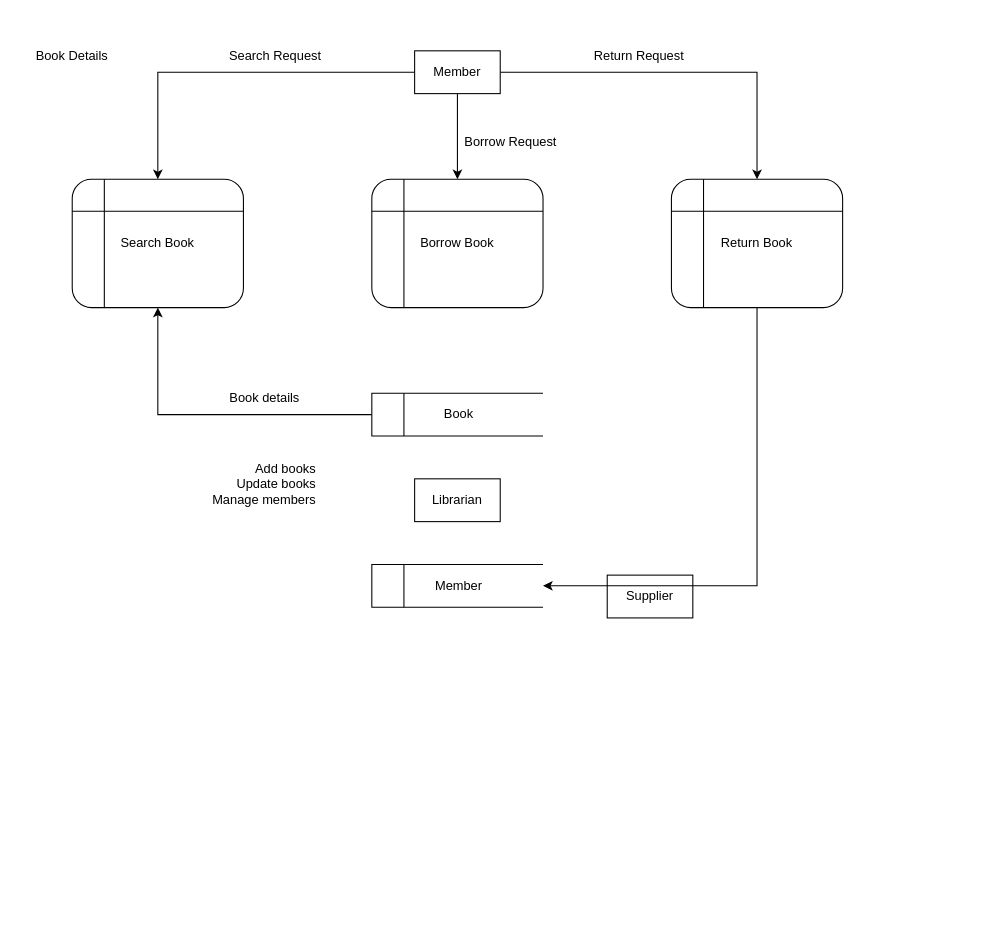
The draw.io diagram page "Level-1 DFD" (2 of 2) of System Analysis & Design/Lab/1libraryManagementSystem.drawio in AyuTUL/V, before the edit. Source tidied: cells renumbered, new cells numbered last; positions are measured from the earlier drawing's top-left corner, leaving out a move shared by most shapes. Both pictures are drawn from the tidied source at 107%, with x=0, y=0 at pixel (29, 40).
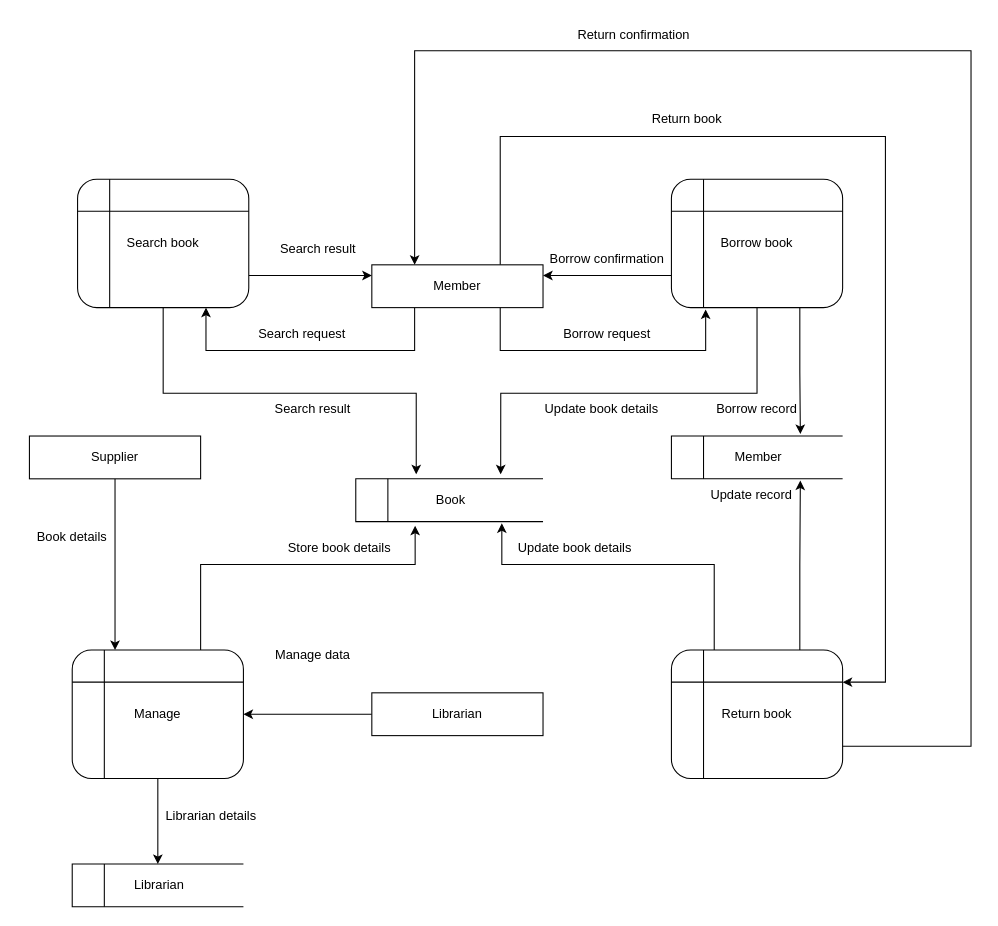
The same page after the edit.

What changed in the source:
```diff
@@
+    <mxCell id="3" style="edgeStyle=orthogonalEdgeStyle;rounded=0;jettySize=auto;html=1;exitX=0.75;exitY=0;exitDx=0;exitDy=0;entryX=1;entryY=0.25;entryDx=0;entryDy=0;" parent="1" edge="1" source="5" target="14">
+      <mxGeometry relative="1" as="geometry">
+        <Array as="points">
+          <mxPoint x="440" y="90" />
+          <mxPoint x="800" y="90" />
+          <mxPoint x="800" y="600" />
+        </Array>
+      </mxGeometry>
+    </mxCell>
-    <mxCell id="2" style="edgeStyle=orthogonalEdgeStyle;rounded=0;jettySize=auto;html=1;exitX=0;exitY=0.5;exitDx=0;exitDy=0;entryX=0.5;entryY=0;entryDx=0;entryDy=0;" parent="1" edge="1" source="5" target="8">
-      <mxGeometry relative="1" as="geometry" />
+    <mxCell id="2" style="edgeStyle=orthogonalEdgeStyle;jettySize=auto;html=1;exitX=0.25;exitY=1;exitDx=0;exitDy=0;entryX=0.75;entryY=1;entryDx=0;entryDy=0;rounded=0;curved=0;" parent="1" edge="1" source="5" target="8">
+      <mxGeometry relative="1" as="geometry">
+        <Array as="points">
+          <mxPoint x="360" y="290" />
+          <mxPoint x="165" y="290" />
+        </Array>
+      </mxGeometry>
     </mxCell>
-    <mxCell id="3" style="edgeStyle=orthogonalEdgeStyle;rounded=0;jettySize=auto;html=1;exitX=1;exitY=0.5;exitDx=0;exitDy=0;entryX=0.5;entryY=0;entryDx=0;entryDy=0;" parent="1" edge="1" source="5" target="14">
-      <mxGeometry relative="1" as="geometry" />
-    </mxCell>
-    <mxCell id="4" style="edgeStyle=orthogonalEdgeStyle;rounded=0;jettySize=auto;html=1;exitX=0.5;exitY=1;exitDx=0;exitDy=0;entryX=0.5;entryY=0;entryDx=0;entryDy=0;" parent="1" edge="1" source="5" target="17">
-      <mxGeometry relative="1" as="geometry" />
-    </mxCell>
-    <mxCell id="5" value="Member" style="html=1;dashed=0;whiteSpace=wrap;" parent="1" vertex="1">
-      <mxGeometry x="360" y="10" width="80" height="40" as="geometry" />
+    <mxCell id="5" value="Member" style="html=1;dashed=0;whiteSpace=wrap;rounded=0;" parent="1" vertex="1">
+      <mxGeometry x="320" y="210" width="160" height="40" as="geometry" />
     </mxCell>
-    <mxCell id="6" value="Supplier" style="html=1;dashed=0;whiteSpace=wrap;" parent="1" vertex="1">
-      <mxGeometry x="540" y="500" width="80" height="40" as="geometry" />
-    </mxCell>
-    <mxCell id="7" value="Librarian" style="html=1;dashed=0;whiteSpace=wrap;" parent="1" vertex="1">
-      <mxGeometry x="360" y="410" width="80" height="40" as="geometry" />
-    </mxCell>
+    <mxCell id="21" style="edgeStyle=orthogonalEdgeStyle;rounded=0;jettySize=auto;html=1;exitX=0.5;exitY=1;exitDx=0;exitDy=0;entryX=0.323;entryY=-0.104;entryDx=0;entryDy=0;entryPerimeter=0;" parent="1" edge="1" source="8" target="12">
+      <mxGeometry relative="1" as="geometry">
+        <Array as="points">
+          <mxPoint x="125" y="330" />
+          <mxPoint x="362" y="330" />
+        </Array>
+      </mxGeometry>
+    </mxCell>
+    <mxCell id="22" style="edgeStyle=orthogonalEdgeStyle;rounded=0;jettySize=auto;html=1;exitX=1;exitY=0.75;exitDx=0;exitDy=0;entryX=0;entryY=0.25;entryDx=0;entryDy=0;" parent="1" edge="1" source="8" target="5">
+      <mxGeometry relative="1" as="geometry" />
+    </mxCell>
-    <mxCell id="8" value="&lt;div&gt;Search Book&lt;/div&gt;" style="shape=internalStorage;whiteSpace=wrap;html=1;backgroundOutline=1;rounded=1;dx=30;dy=30;" parent="1" vertex="1">
-      <mxGeometry x="40" y="130" width="160" height="120" as="geometry" />
+    <mxCell id="8" value="&lt;div&gt;Search book&lt;/div&gt;" style="shape=internalStorage;whiteSpace=wrap;html=1;backgroundOutline=1;rounded=1;dx=30;dy=30;" parent="1" vertex="1">
+      <mxGeometry x="45" y="130" width="160" height="120" as="geometry" />
     </mxCell>
-    <mxCell id="9" value="Add books&lt;div&gt;Update books&lt;/div&gt;&lt;div&gt;Manage members&lt;/div&gt;" style="text;html=1;whiteSpace=wrap;strokeColor=none;fillColor=none;align=right;verticalAlign=middle;rounded=0;" parent="1" vertex="1">
-      <mxGeometry x="150" y="400" width="120" height="30" as="geometry" />
-    </mxCell>
-    <mxCell id="10" value="Book details" style="text;html=1;whiteSpace=wrap;strokeColor=none;fillColor=none;align=center;verticalAlign=middle;rounded=0;" parent="1" vertex="1">
-      <mxGeometry x="170" y="320" width="100" height="30" as="geometry" />
-    </mxCell>
-    <mxCell id="11" style="edgeStyle=orthogonalEdgeStyle;rounded=0;jettySize=auto;html=1;exitX=0;exitY=0.5;exitDx=0;exitDy=0;entryX=0.5;entryY=1;entryDx=0;entryDy=0;" parent="1" edge="1" source="12" target="8">
-      <mxGeometry relative="1" as="geometry">
-        <Array as="points">
-          <mxPoint x="120" y="350" />
-        </Array>
-      </mxGeometry>
-    </mxCell>
-    <mxCell id="12" value="Book" style="html=1;dashed=0;whiteSpace=wrap;shape=mxgraph.dfd.dataStoreID;align=center;spacingLeft=3;points=[[0,0],[0.5,0],[1,0],[0,0.5],[1,0.5],[0,1],[0.5,1],[1,1]];" parent="1" vertex="1">
-      <mxGeometry x="320" y="330" width="160" height="40" as="geometry" />
+    <mxCell id="12" value="Book" style="html=1;dashed=0;whiteSpace=wrap;shape=mxgraph.dfd.dataStoreID;align=center;spacingLeft=3;points=[[0,0],[0.5,0],[1,0],[0,0.5],[1,0.5],[0,1],[0.5,1],[1,1]];rounded=0;" parent="1" vertex="1">
+      <mxGeometry x="305" y="410" width="175" height="40" as="geometry" />
     </mxCell>
-    <mxCell id="13" style="edgeStyle=orthogonalEdgeStyle;rounded=0;jettySize=auto;html=1;exitX=0.5;exitY=1;exitDx=0;exitDy=0;entryX=1;entryY=0.5;entryDx=0;entryDy=0;" parent="1" edge="1" source="14" target="20">
+    <mxCell id="13" style="edgeStyle=orthogonalEdgeStyle;rounded=0;jettySize=auto;html=1;exitX=0.75;exitY=0;exitDx=0;exitDy=0;entryX=0.753;entryY=1.039;entryDx=0;entryDy=0;entryPerimeter=0;" parent="1" edge="1" source="14" target="20">
       <mxGeometry relative="1" as="geometry" />
     </mxCell>
-    <mxCell id="14" value="&lt;div&gt;Return Book&lt;/div&gt;" style="shape=internalStorage;whiteSpace=wrap;html=1;backgroundOutline=1;rounded=1;dx=30;dy=30;" parent="1" vertex="1">
-      <mxGeometry x="600" y="130" width="160" height="120" as="geometry" />
+    <mxCell id="14" value="&lt;div&gt;Return book&lt;/div&gt;" style="shape=internalStorage;whiteSpace=wrap;html=1;backgroundOutline=1;rounded=1;dx=30;dy=30;glass=0;shadow=0;" parent="1" vertex="1">
+      <mxGeometry x="600" y="570" width="160" height="120" as="geometry" />
     </mxCell>
-    <mxCell id="15" value="Search Request" style="text;html=1;whiteSpace=wrap;strokeColor=none;fillColor=none;align=center;verticalAlign=middle;rounded=0;" parent="1" vertex="1">
-      <mxGeometry x="180" width="100" height="30" as="geometry" />
+    <mxCell id="15" value="Search request" style="text;html=1;whiteSpace=wrap;strokeColor=none;fillColor=none;align=center;verticalAlign=middle;rounded=0;" parent="1" vertex="1">
+      <mxGeometry x="205" y="260" width="100" height="30" as="geometry" />
     </mxCell>
-    <mxCell id="16" value="Book Details" style="text;html=1;whiteSpace=wrap;strokeColor=none;fillColor=none;align=center;verticalAlign=middle;rounded=0;" parent="1" vertex="1">
-      <mxGeometry width="80" height="30" as="geometry" />
-    </mxCell>
+    <mxCell id="23" style="edgeStyle=orthogonalEdgeStyle;rounded=0;jettySize=auto;html=1;exitX=0.75;exitY=1;exitDx=0;exitDy=0;entryX=0.753;entryY=-0.046;entryDx=0;entryDy=0;entryPerimeter=0;" parent="1" edge="1" source="17" target="20">
+      <mxGeometry relative="1" as="geometry" />
+    </mxCell>
+    <mxCell id="24" style="edgeStyle=orthogonalEdgeStyle;rounded=0;jettySize=auto;html=1;exitX=0;exitY=0.75;exitDx=0;exitDy=0;entryX=1;entryY=0.25;entryDx=0;entryDy=0;" parent="1" edge="1" source="17" target="5">
+      <mxGeometry relative="1" as="geometry" />
+    </mxCell>
-    <mxCell id="17" value="&lt;div&gt;Borrow Book&lt;/div&gt;" style="shape=internalStorage;whiteSpace=wrap;html=1;backgroundOutline=1;rounded=1;dx=30;dy=30;" parent="1" vertex="1">
-      <mxGeometry x="320" y="130" width="160" height="120" as="geometry" />
+    <mxCell id="17" value="&lt;div&gt;Borrow book&lt;/div&gt;" style="shape=internalStorage;whiteSpace=wrap;html=1;backgroundOutline=1;rounded=1;dx=30;dy=30;glass=0;shadow=0;" parent="1" vertex="1">
+      <mxGeometry x="600" y="130" width="160" height="120" as="geometry" />
     </mxCell>
-    <mxCell id="18" value="Return Request" style="text;html=1;whiteSpace=wrap;strokeColor=none;fillColor=none;align=center;verticalAlign=middle;rounded=0;" parent="1" vertex="1">
-      <mxGeometry x="520" width="100" height="30" as="geometry" />
-    </mxCell>
-    <mxCell id="19" value="Borrow Request" style="text;html=1;whiteSpace=wrap;strokeColor=none;fillColor=none;align=center;verticalAlign=middle;rounded=0;" parent="1" vertex="1">
-      <mxGeometry x="400" y="80" width="100" height="30" as="geometry" />
+    <mxCell id="19" value="Borrow request" style="text;html=1;whiteSpace=wrap;strokeColor=none;fillColor=none;align=center;verticalAlign=middle;rounded=0;" parent="1" vertex="1">
+      <mxGeometry x="490" y="260" width="100" height="30" as="geometry" />
     </mxCell>
-    <mxCell id="20" value="Member" style="html=1;dashed=0;whiteSpace=wrap;shape=mxgraph.dfd.dataStoreID;align=center;spacingLeft=3;points=[[0,0],[0.5,0],[1,0],[0,0.5],[1,0.5],[0,1],[0.5,1],[1,1]];" parent="1" vertex="1">
-      <mxGeometry x="320" y="490" width="160" height="40" as="geometry" />
+    <mxCell id="20" value="Member" style="html=1;dashed=0;whiteSpace=wrap;shape=mxgraph.dfd.dataStoreID;align=center;spacingLeft=3;points=[[0,0],[0.5,0],[1,0],[0,0.5],[1,0.5],[0,1],[0.5,1],[1,1]];rounded=0;" parent="1" vertex="1">
+      <mxGeometry x="600" y="370" width="160" height="40" as="geometry" />
     </mxCell>
+    <mxCell id="10" value="Book details" style="text;html=1;whiteSpace=wrap;strokeColor=none;fillColor=none;align=center;verticalAlign=middle;rounded=0;" parent="1" vertex="1">
+      <mxGeometry x="-10" y="450" width="100" height="30" as="geometry" />
+    </mxCell>
+    <mxCell id="25" value="Search result" style="text;html=1;whiteSpace=wrap;strokeColor=none;fillColor=none;align=center;verticalAlign=middle;rounded=0;" parent="1" vertex="1">
+      <mxGeometry x="220" y="180" width="100" height="30" as="geometry" />
+    </mxCell>
+    <mxCell id="26" value="Librarian" style="html=1;dashed=0;whiteSpace=wrap;shape=mxgraph.dfd.dataStoreID;align=center;spacingLeft=3;points=[[0,0],[0.5,0],[1,0],[0,0.5],[1,0.5],[0,1],[0.5,1],[1,1]];rounded=0;" parent="1" vertex="1">
+      <mxGeometry x="40" y="770" width="160" height="40" as="geometry" />
+    </mxCell>
+    <mxCell id="27" style="edgeStyle=orthogonalEdgeStyle;rounded=0;jettySize=auto;html=1;entryX=1;entryY=0.5;entryDx=0;entryDy=0;" parent="1" edge="1" source="28" target="31">
+      <mxGeometry relative="1" as="geometry" />
+    </mxCell>
+    <mxCell id="28" value="Librarian" style="html=1;dashed=0;whiteSpace=wrap;rounded=0;" parent="1" vertex="1">
+      <mxGeometry x="320" y="610" width="160" height="40" as="geometry" />
+    </mxCell>
+    <mxCell id="29" style="edgeStyle=orthogonalEdgeStyle;rounded=0;jettySize=auto;html=1;exitX=0.5;exitY=1;exitDx=0;exitDy=0;entryX=0.25;entryY=0;entryDx=0;entryDy=0;" parent="1" edge="1" source="6" target="31">
+      <mxGeometry relative="1" as="geometry" />
+    </mxCell>
+    <mxCell id="6" value="Supplier" style="html=1;dashed=0;whiteSpace=wrap;rounded=0;" parent="1" vertex="1">
+      <mxGeometry y="370" width="160" height="40" as="geometry" />
+    </mxCell>
+    <mxCell id="30" style="edgeStyle=orthogonalEdgeStyle;rounded=0;jettySize=auto;html=1;exitX=0.5;exitY=1;exitDx=0;exitDy=0;" parent="1" edge="1" source="31" target="26">
+      <mxGeometry relative="1" as="geometry" />
+    </mxCell>
+    <mxCell id="31" value="&lt;div&gt;Manage&lt;/div&gt;" style="shape=internalStorage;whiteSpace=wrap;html=1;backgroundOutline=1;rounded=1;dx=30;dy=30;glass=0;shadow=0;" parent="1" vertex="1">
+      <mxGeometry x="40" y="570" width="160" height="120" as="geometry" />
+    </mxCell>
+    <mxCell id="32" style="edgeStyle=orthogonalEdgeStyle;rounded=0;orthogonalLoop=1;jettySize=auto;html=1;exitX=0.5;exitY=1;exitDx=0;exitDy=0;" parent="1" edge="1" source="10" target="10">
+      <mxGeometry relative="1" as="geometry" />
+    </mxCell>
+    <mxCell id="33" value="Store book details" style="text;html=1;whiteSpace=wrap;strokeColor=none;fillColor=none;align=center;verticalAlign=middle;rounded=0;" parent="1" vertex="1">
+      <mxGeometry x="240" y="460" width="100" height="30" as="geometry" />
+    </mxCell>
+    <mxCell id="34" value="Search result" style="text;html=1;whiteSpace=wrap;strokeColor=none;fillColor=none;align=center;verticalAlign=middle;rounded=0;" parent="1" vertex="1">
+      <mxGeometry x="215" y="330" width="100" height="30" as="geometry" />
+    </mxCell>
+    <mxCell id="35" value="Borrow record" style="text;html=1;whiteSpace=wrap;strokeColor=none;fillColor=none;align=center;verticalAlign=middle;rounded=0;" parent="1" vertex="1">
+      <mxGeometry x="635" y="330" width="90" height="30" as="geometry" />
+    </mxCell>
+    <mxCell id="36" value="Borrow confirmation" style="text;html=1;whiteSpace=wrap;strokeColor=none;fillColor=none;align=center;verticalAlign=middle;rounded=0;" parent="1" vertex="1">
+      <mxGeometry x="485" y="190" width="110" height="30" as="geometry" />
+    </mxCell>
+    <mxCell id="37" value="Update book details" style="text;html=1;whiteSpace=wrap;strokeColor=none;fillColor=none;align=center;verticalAlign=middle;rounded=0;" parent="1" vertex="1">
+      <mxGeometry x="480" y="330" width="110" height="30" as="geometry" />
+    </mxCell>
+    <mxCell id="38" value="Update book details" style="text;html=1;whiteSpace=wrap;strokeColor=none;fillColor=none;align=center;verticalAlign=middle;rounded=0;" parent="1" vertex="1">
+      <mxGeometry x="455" y="460" width="110" height="30" as="geometry" />
+    </mxCell>
+    <mxCell id="39" style="edgeStyle=orthogonalEdgeStyle;rounded=0;jettySize=auto;html=1;entryX=0.25;entryY=0;entryDx=0;entryDy=0;exitX=1;exitY=0.75;exitDx=0;exitDy=0;" parent="1" edge="1" source="14" target="5">
+      <mxGeometry relative="1" as="geometry">
+        <Array as="points">
+          <mxPoint x="880" y="660" />
+          <mxPoint x="880" y="10" />
+          <mxPoint x="360" y="10" />
+        </Array>
+      </mxGeometry>
+    </mxCell>
+    <mxCell id="40" value="&lt;span style=&quot;font-family: Helvetica; font-size: 12px; font-style: normal; font-variant-ligatures: normal; font-variant-caps: normal; font-weight: 400; letter-spacing: normal; orphans: 2; text-align: center; text-indent: 0px; text-transform: none; widows: 2; word-spacing: 0px; -webkit-text-stroke-width: 0px; white-space: normal; text-decoration-thickness: initial; text-decoration-style: initial; text-decoration-color: initial; float: none; display: inline !important;&quot;&gt;&lt;font&gt;Return book&lt;/font&gt;&lt;/span&gt;" style="text;whiteSpace=wrap;html=1;rounded=0;" parent="1" vertex="1">
+      <mxGeometry x="580" y="60" width="110" height="40" as="geometry" />
+    </mxCell>
+    <mxCell id="41" value="Return confirmation" style="text;html=1;whiteSpace=wrap;strokeColor=none;fillColor=none;align=center;verticalAlign=middle;rounded=0;" parent="1" vertex="1">
+      <mxGeometry x="510" y="-20" width="110" height="30" as="geometry" />
+    </mxCell>
+    <mxCell id="42" value="Update record" style="text;html=1;whiteSpace=wrap;strokeColor=none;fillColor=none;align=center;verticalAlign=middle;rounded=0;" parent="1" vertex="1">
+      <mxGeometry x="630" y="410" width="90" height="30" as="geometry" />
+    </mxCell>
+    <mxCell id="43" value="Manage data" style="text;html=1;whiteSpace=wrap;strokeColor=none;fillColor=none;align=center;verticalAlign=middle;rounded=0;" parent="1" vertex="1">
+      <mxGeometry x="225" y="560" width="80" height="30" as="geometry" />
+    </mxCell>
+    <mxCell id="44" value="Librarian details" style="text;html=1;whiteSpace=wrap;strokeColor=none;fillColor=none;align=center;verticalAlign=middle;rounded=0;" parent="1" vertex="1">
+      <mxGeometry x="125" y="710" width="90" height="30" as="geometry" />
+    </mxCell>
+    <mxCell id="4" style="edgeStyle=orthogonalEdgeStyle;jettySize=auto;html=1;exitX=0.75;exitY=1;exitDx=0;exitDy=0;entryX=0.2;entryY=1.014;entryDx=0;entryDy=0;entryPerimeter=0;rounded=0;curved=0;" parent="1" edge="1" source="5" target="17">
+      <mxGeometry relative="1" as="geometry">
+        <Array as="points">
+          <mxPoint x="440" y="290" />
+          <mxPoint x="632" y="290" />
+        </Array>
+      </mxGeometry>
+    </mxCell>
+    <mxCell id="45" style="edgeStyle=orthogonalEdgeStyle;jettySize=auto;html=1;exitX=0.75;exitY=0;exitDx=0;exitDy=0;entryX=0.317;entryY=1.096;entryDx=0;entryDy=0;entryPerimeter=0;rounded=0;curved=0;" parent="1" edge="1" source="31" target="12">
+      <mxGeometry relative="1" as="geometry">
+        <Array as="points">
+          <mxPoint x="160" y="490" />
+          <mxPoint x="361" y="490" />
+        </Array>
+      </mxGeometry>
+    </mxCell>
+    <mxCell id="46" style="edgeStyle=orthogonalEdgeStyle;jettySize=auto;html=1;exitX=0.25;exitY=0;exitDx=0;exitDy=0;entryX=0.78;entryY=1.039;entryDx=0;entryDy=0;entryPerimeter=0;rounded=0;curved=0;" parent="1" edge="1" source="14" target="12">
+      <mxGeometry relative="1" as="geometry">
+        <Array as="points">
+          <mxPoint x="640" y="490" />
+          <mxPoint x="442" y="490" />
+        </Array>
+      </mxGeometry>
+    </mxCell>
+    <mxCell id="47" style="edgeStyle=orthogonalEdgeStyle;jettySize=auto;html=1;exitX=0.5;exitY=1;exitDx=0;exitDy=0;entryX=0.774;entryY=-0.104;entryDx=0;entryDy=0;entryPerimeter=0;rounded=0;curved=0;" parent="1" edge="1" source="17" target="12">
+      <mxGeometry relative="1" as="geometry" />
+    </mxCell>
```
